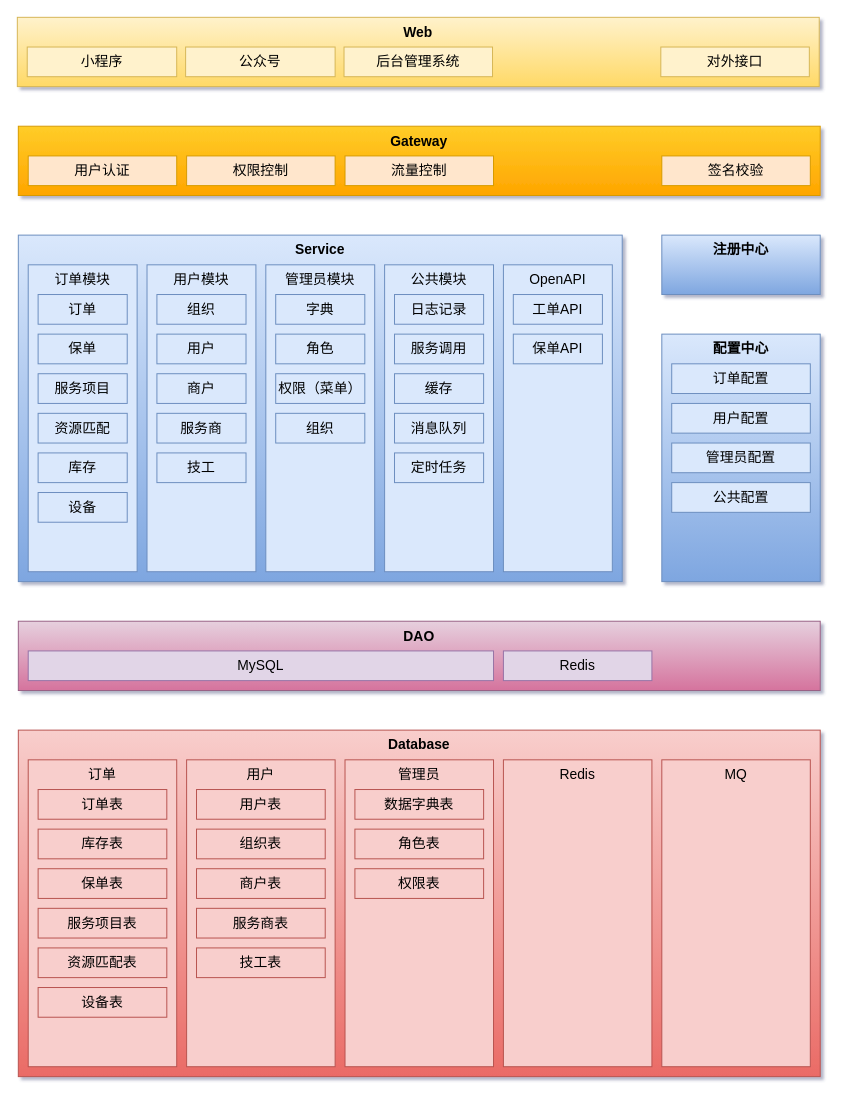
This is architecture-bao_huo_gan.drawio from Woobhurk/tyz-pic-repo, a draw.io file, before an edit. Source tidied: cells renumbered, new cells numbered last; positions are measured from the earlier drawing's top-left corner, leaving out a move shared by most shapes. Both pictures are drawn from the tidied source at 99%, with x=0, y=0 at pixel (17, 17).
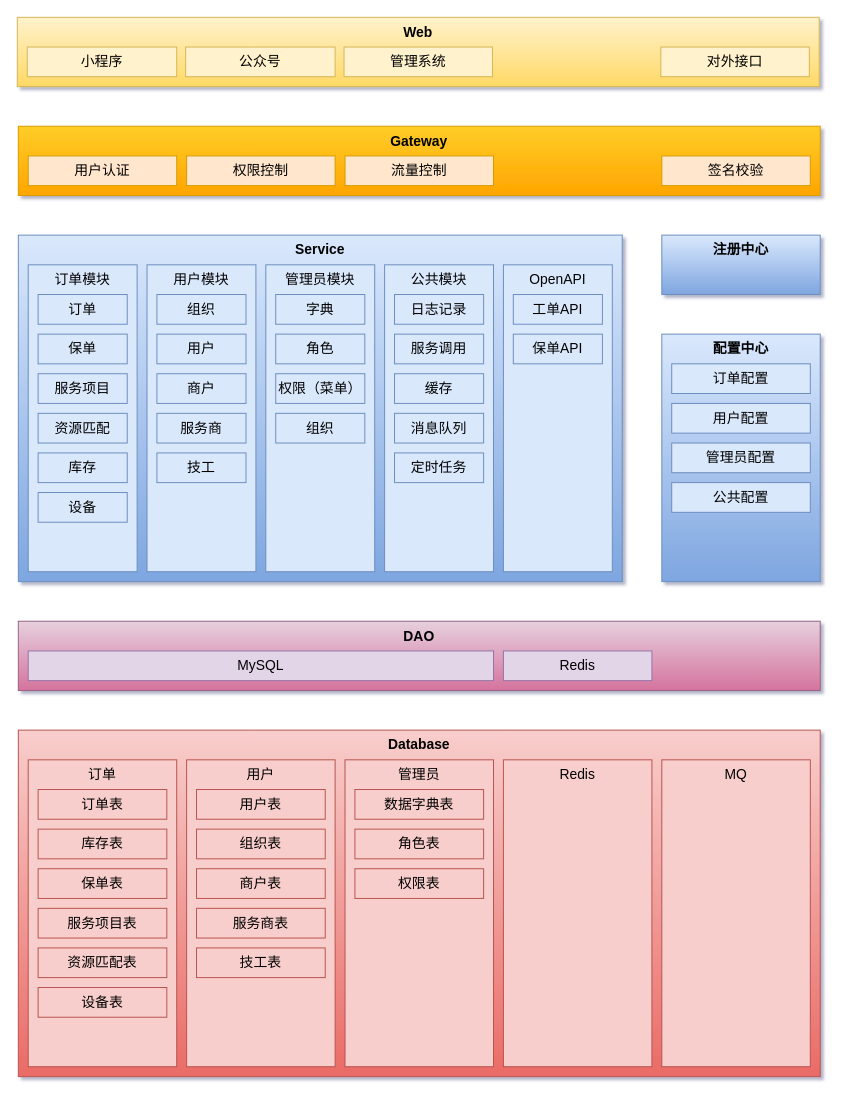
After the change.

Diff of the diagram source:
```diff
@@
-    <mxCell id="57" value="后台管理系统" style="rounded=0;whiteSpace=wrap;html=1;sketch=0;fontSize=14;align=center;strokeColor=#d6b656;verticalAlign=top;fillColor=#fff2cc;perimeterSpacing=0;glass=0;shadow=0;" parent="1" vertex="1">
+    <mxCell id="57" value="管理系统" style="rounded=0;whiteSpace=wrap;html=1;sketch=0;fontSize=14;align=center;strokeColor=#d6b656;verticalAlign=top;fillColor=#fff2cc;perimeterSpacing=0;glass=0;shadow=0;" parent="1" vertex="1">
       <mxGeometry x="330" y="30" width="150" height="30" as="geometry" />
     </mxCell>
```
